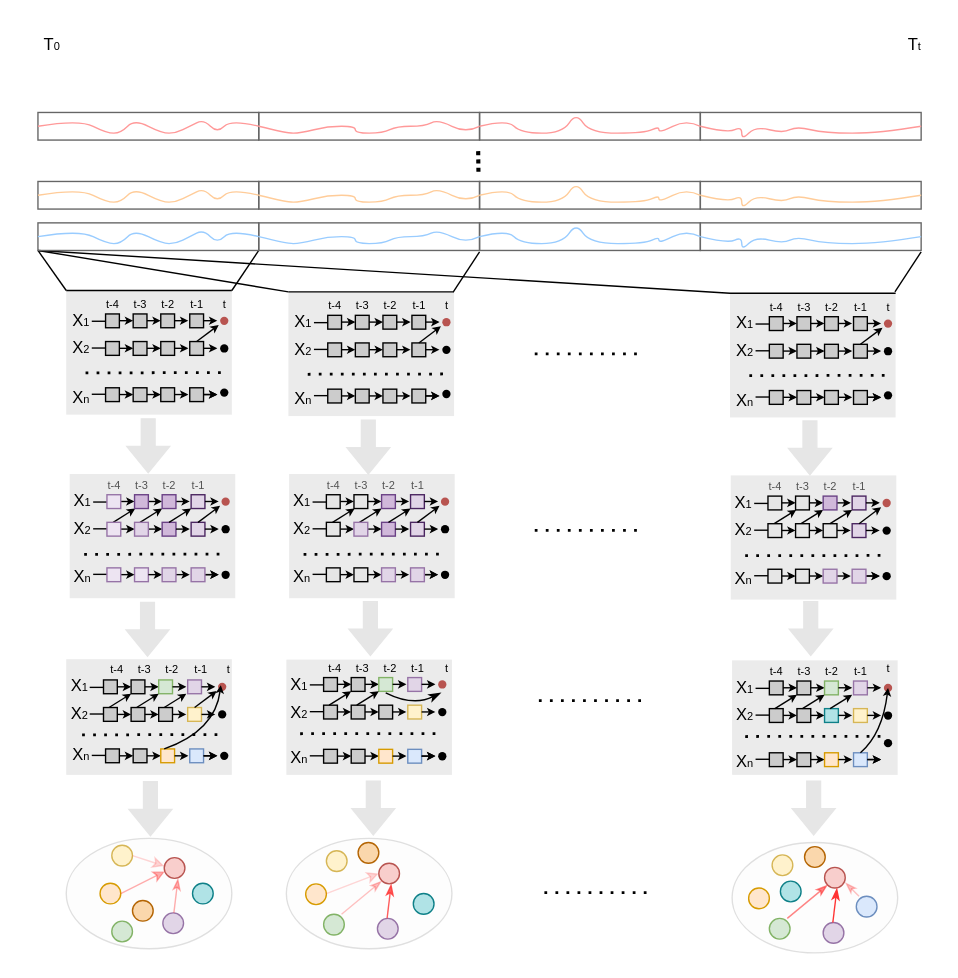
Before: Causal.drawio in hzb29/hzb29, a draw.io diagram. Source tidied: cells renumbered, new cells numbered last; positions are measured from the earlier drawing's top-left corner, leaving out a move shared by most shapes. Both pictures are drawn from the tidied source at 138%, with x=0, y=0 at pixel (23, 23).
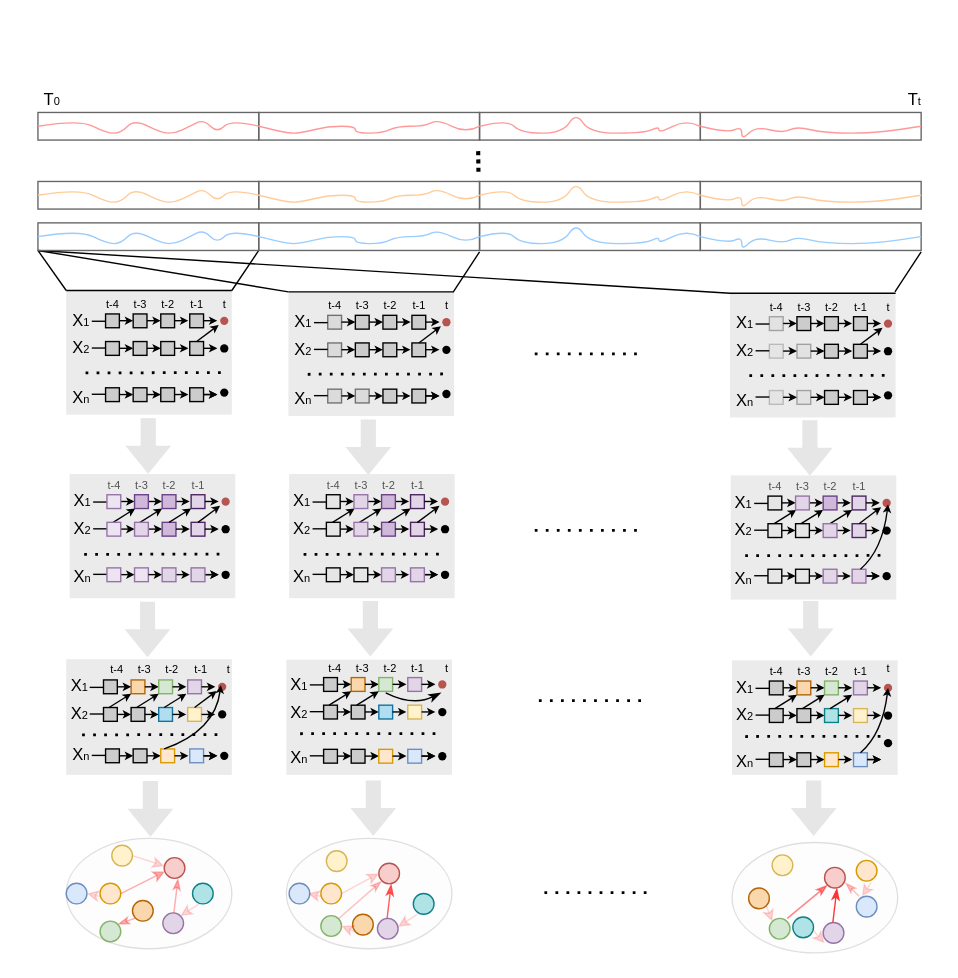
After the change.

Unchanged cells that the change refers to:
```xml
<mxCell id="133" style="group;" parent="1" vertex="1">
  <mxGeometry x="190" y="590" width="120" height="80" as="geometry" />
</mxCell>
<mxCell id="137" style="ellipse;whiteSpace=wrap;html=1;fillColor=#f8cecc;strokeColor=#b85450;" parent="133" vertex="1">
  <mxGeometry x="67" y="18" width="15" height="15" as="geometry" />
</mxCell>
<mxCell id="145" style="group;" parent="1" vertex="1">
  <mxGeometry x="513" y="593" width="120" height="80" as="geometry" />
</mxCell>
<mxCell id="148" style="ellipse;whiteSpace=wrap;html=1;fillColor=#d5e8d4;strokeColor=#82b366;" parent="145" vertex="1">
  <mxGeometry x="27" y="55" width="15" height="15" as="geometry" />
</mxCell>
<mxCell id="206" style="group;" parent="1" vertex="1">
  <mxGeometry x="30.5" y="590" width="120" height="80" as="geometry" />
</mxCell>
<mxCell id="211" style="ellipse;whiteSpace=wrap;html=1;fillColor=#e1d5e7;strokeColor=#9673a6;" parent="206" vertex="1">
  <mxGeometry x="70" y="54" width="15" height="15" as="geometry" />
</mxCell>
<mxCell id="216" style="ellipse;whiteSpace=wrap;html=1;fillColor=#fad7ac;strokeColor=#b46504;" parent="206" vertex="1">
  <mxGeometry x="48" y="45" width="15" height="15" as="geometry" />
</mxCell>
<mxCell id="265" style="group;" parent="1" vertex="1">
  <mxGeometry x="182" y="188" width="139" height="98.5" as="geometry" />
</mxCell>
<mxCell id="311" style="group;" parent="1" vertex="1">
  <mxGeometry x="502" y="189" width="139" height="98.5" as="geometry" />
</mxCell>
<mxCell id="363" style="group;" parent="358" vertex="1">
  <mxGeometry y="8" width="134" height="90" as="geometry" />
</mxCell>
<mxCell id="423" style="group;" parent="418" vertex="1">
  <mxGeometry y="8" width="134" height="90" as="geometry" />
</mxCell>
```

Change to the diagram source:
```diff
@@
-    <mxCell id="4" style="rounded=0;whiteSpace=wrap;html=1;fillColor=#CCCCCC;" parent="1" vertex="1">
+    <mxCell id="4" style="rounded=0;whiteSpace=wrap;html=1;fillColor=#fad7ac;strokeColor=#b46504;" parent="1" vertex="1">
       <mxGeometry x="77.5" y="475.2" width="10" height="10" as="geometry" />
     </mxCell>
@@
     <mxCell id="24" value="T&lt;font style=&quot;font-size: 8px;&quot;&gt;0&lt;/font&gt;" style="text;html=1;align=center;verticalAlign=middle;strokeColor=none;fillColor=none;" parent="1" vertex="1">
-      <mxGeometry width="40" height="30" as="geometry" />
+      <mxGeometry y="40" width="40" height="30" as="geometry" />
     </mxCell>
     <mxCell id="25" value="T&lt;font style=&quot;font-size: 8px;&quot;&gt;t&lt;/font&gt;" style="text;html=1;align=center;verticalAlign=middle;strokeColor=none;fillColor=none;" parent="1" vertex="1">
-      <mxGeometry x="630" width="30" height="30" as="geometry" />
+      <mxGeometry x="630" y="40" width="30" height="30" as="geometry" />
     </mxCell>
@@
-    <mxCell id="27" style="rounded=0;whiteSpace=wrap;html=1;fillColor=#CCCCCC;" parent="1" vertex="1">
+    <mxCell id="27" style="rounded=0;whiteSpace=wrap;html=1;fillColor=#b1ddf0;strokeColor=#10739e;" parent="1" vertex="1">
       <mxGeometry x="97.5" y="495.2" width="10" height="10" as="geometry" />
     </mxCell>
@@
-    <mxCell id="50" style="rounded=0;whiteSpace=wrap;html=1;fillColor=#CCCCCC;" parent="1" vertex="1">
+    <mxCell id="50" style="rounded=0;whiteSpace=wrap;html=1;fillColor=#fad7ac;strokeColor=#b46504;" parent="1" vertex="1">
       <mxGeometry x="237" y="473.5" width="10" height="10" as="geometry" />
     </mxCell>
@@
-    <mxCell id="70" style="rounded=0;whiteSpace=wrap;html=1;fillColor=#CCCCCC;" parent="1" vertex="1">
+    <mxCell id="70" style="rounded=0;whiteSpace=wrap;html=1;fillColor=#b1ddf0;strokeColor=#10739e;" parent="1" vertex="1">
       <mxGeometry x="257" y="493.5" width="10" height="10" as="geometry" />
     </mxCell>
@@
-    <mxCell id="91" style="rounded=0;whiteSpace=wrap;html=1;fillColor=#CCCCCC;" parent="1" vertex="1">
+    <mxCell id="91" style="rounded=0;whiteSpace=wrap;html=1;fillColor=#fad7ac;strokeColor=#b46504;" parent="1" vertex="1">
       <mxGeometry x="560" y="476" width="10" height="10" as="geometry" />
     </mxCell>
@@
     <mxCell id="136" style="ellipse;whiteSpace=wrap;html=1;fillColor=#d5e8d4;strokeColor=#82b366;" parent="133" vertex="1">
-      <mxGeometry x="27" y="55" width="15" height="15" as="geometry" />
+      <mxGeometry x="25" y="56" width="15" height="15" as="geometry" />
     </mxCell>
@@
-    <mxCell id="139" style="endArrow=classicThin;html=1;rounded=0;fillColor=#f8cecc;strokeColor=#FF3333;opacity=30;endFill=1;entryX=0;entryY=1;entryDx=0;entryDy=0;" parent="133" edge="1" target="137">
-      <mxGeometry relative="1" as="geometry">
-        <mxPoint x="40" y="55" as="sourcePoint" />
-      </mxGeometry>
+    <mxCell id="139" style="endArrow=classicThin;html=1;rounded=0;fillColor=#f8cecc;strokeColor=#FF3333;opacity=30;endFill=1;entryX=0;entryY=1;entryDx=0;entryDy=0;exitX=1;exitY=0;exitDx=0;exitDy=0;" parent="133" edge="1" source="136" target="137">
+      <mxGeometry relative="1" as="geometry" />
     </mxCell>
@@
     <mxCell id="141" style="ellipse;whiteSpace=wrap;html=1;fillColor=#ffe6cc;strokeColor=#d79b00;" parent="133" vertex="1">
-      <mxGeometry x="14" y="33" width="15" height="15" as="geometry" />
+      <mxGeometry x="25" y="32.5" width="15" height="15" as="geometry" />
     </mxCell>
-    <mxCell id="142" style="endArrow=classic;html=1;rounded=0;exitX=1;exitY=0.5;exitDx=0;exitDy=0;fillColor=#dae8fc;strokeColor=#FF3333;opacity=20;endFill=1;entryX=0;entryY=0.5;entryDx=0;entryDy=0;" parent="133" edge="1" target="137">
-      <mxGeometry relative="1" as="geometry">
-        <mxPoint x="29" y="40" as="sourcePoint" />
-      </mxGeometry>
+    <mxCell id="142" style="endArrow=classic;html=1;rounded=0;exitX=1;exitY=0.5;exitDx=0;exitDy=0;fillColor=#dae8fc;strokeColor=#FF3333;opacity=20;endFill=1;entryX=0;entryY=0.5;entryDx=0;entryDy=0;" parent="133" edge="1" source="141" target="137">
+      <mxGeometry relative="1" as="geometry" />
     </mxCell>
     <mxCell id="143" style="ellipse;whiteSpace=wrap;html=1;fillColor=#fad7ac;strokeColor=#b46504;" parent="133" vertex="1">
-      <mxGeometry x="52" y="3" width="15" height="15" as="geometry" />
+      <mxGeometry x="48" y="55" width="15" height="15" as="geometry" />
     </mxCell>
@@
+    <mxCell id="493" style="ellipse;whiteSpace=wrap;html=1;fillColor=#dae8fc;strokeColor=#6c8ebf;" parent="133" vertex="1">
+      <mxGeometry x="2" y="32.5" width="15" height="15" as="geometry" />
+    </mxCell>
+    <mxCell id="494" style="endArrow=classic;html=1;rounded=0;exitX=1;exitY=0.5;exitDx=0;exitDy=0;fillColor=#dae8fc;strokeColor=#FF3333;opacity=20;endFill=1;entryX=1;entryY=0.5;entryDx=0;entryDy=0;" parent="133" edge="1">
+      <mxGeometry relative="1" as="geometry">
+        <mxPoint x="25" y="42" as="sourcePoint" />
+        <mxPoint x="15.5" y="40" as="targetPoint" />
+      </mxGeometry>
+    </mxCell>
+    <mxCell id="495" style="endArrow=classic;html=1;rounded=0;exitX=0;exitY=1;exitDx=0;exitDy=0;fillColor=#dae8fc;strokeColor=#FF3333;opacity=20;endFill=1;entryX=1;entryY=0.5;entryDx=0;entryDy=0;" parent="133" edge="1" source="143" target="136">
+      <mxGeometry relative="1" as="geometry" />
+    </mxCell>
+    <mxCell id="496" style="endArrow=classic;html=1;rounded=0;exitX=1;exitY=0.5;exitDx=0;exitDy=0;fillColor=#dae8fc;strokeColor=#FF3333;opacity=20;endFill=1;entryX=1;entryY=0;entryDx=0;entryDy=0;" parent="133" edge="1">
+      <mxGeometry relative="1" as="geometry">
+        <mxPoint x="95" y="55" as="sourcePoint" />
+        <mxPoint x="81" y="64" as="targetPoint" />
+      </mxGeometry>
+    </mxCell>
@@
     <mxCell id="155" style="ellipse;whiteSpace=wrap;html=1;fillColor=#ffe6cc;strokeColor=#d79b00;" parent="145" vertex="1">
-      <mxGeometry x="12" y="33" width="15" height="15" as="geometry" />
+      <mxGeometry x="90" y="13" width="15" height="15" as="geometry" />
     </mxCell>
     <mxCell id="156" style="ellipse;whiteSpace=wrap;html=1;fillColor=#b0e3e6;strokeColor=#0e8088;" parent="145" vertex="1">
-      <mxGeometry x="35" y="28" width="15" height="15" as="geometry" />
+      <mxGeometry x="44" y="54" width="15" height="15" as="geometry" />
     </mxCell>
     <mxCell id="157" style="ellipse;whiteSpace=wrap;html=1;fillColor=#fad7ac;strokeColor=#b46504;" parent="145" vertex="1">
-      <mxGeometry x="52.5" y="3" width="15" height="15" as="geometry" />
+      <mxGeometry x="12" y="33" width="15" height="15" as="geometry" />
     </mxCell>
+    <mxCell id="497" style="endArrow=classic;html=1;rounded=0;fillColor=#dae8fc;strokeColor=#FF3333;opacity=20;endFill=1;entryX=1;entryY=0.5;entryDx=0;entryDy=0;" parent="145" edge="1">
+      <mxGeometry relative="1" as="geometry">
+        <mxPoint x="100.8" y="29" as="sourcePoint" />
+        <mxPoint x="94.2" y="39" as="targetPoint" />
+      </mxGeometry>
+    </mxCell>
+    <mxCell id="498" style="endArrow=classic;html=1;rounded=0;exitX=1;exitY=1;exitDx=0;exitDy=0;fillColor=#dae8fc;strokeColor=#FF3333;opacity=20;endFill=1;entryX=0;entryY=0;entryDx=0;entryDy=0;" parent="145" edge="1" source="157" target="148">
+      <mxGeometry relative="1" as="geometry" />
+    </mxCell>
+    <mxCell id="499" style="endArrow=classic;html=1;rounded=0;fillColor=#dae8fc;strokeColor=#FF3333;opacity=20;endFill=1;entryX=1;entryY=0;entryDx=0;entryDy=0;" parent="145" edge="1">
+      <mxGeometry relative="1" as="geometry">
+        <mxPoint x="59" y="64" as="sourcePoint" />
+        <mxPoint x="67" y="73" as="targetPoint" />
+      </mxGeometry>
+    </mxCell>
@@
     <mxCell id="209" style="ellipse;whiteSpace=wrap;html=1;fillColor=#d5e8d4;strokeColor=#82b366;" parent="206" vertex="1">
-      <mxGeometry x="33" y="60" width="15" height="15" as="geometry" />
+      <mxGeometry x="24.5" y="60" width="15" height="15" as="geometry" />
     </mxCell>
@@
+    <mxCell id="500" style="endArrow=classic;html=1;rounded=0;exitX=1;exitY=0.5;exitDx=0;exitDy=0;fillColor=#dae8fc;strokeColor=#FF3333;opacity=20;endFill=1;entryX=1;entryY=0;entryDx=0;entryDy=0;" parent="206" edge="1" target="211">
+      <mxGeometry relative="1" as="geometry">
+        <mxPoint x="97" y="47" as="sourcePoint" />
+      </mxGeometry>
+    </mxCell>
+    <mxCell id="501" style="endArrow=classicThin;html=1;rounded=0;fillColor=#dae8fc;strokeColor=#FF3333;opacity=40;endFill=1;entryX=1;entryY=0;entryDx=0;entryDy=0;exitX=0;exitY=1;exitDx=0;exitDy=0;" parent="206" edge="1" source="216" target="209">
+      <mxGeometry relative="1" as="geometry" />
+    </mxCell>
+    <mxCell id="502" style="ellipse;whiteSpace=wrap;html=1;fillColor=#dae8fc;strokeColor=#6c8ebf;" parent="206" vertex="1">
+      <mxGeometry y="32.5" width="15" height="15" as="geometry" />
+    </mxCell>
+    <mxCell id="503" style="endArrow=classic;html=1;rounded=0;exitX=1;exitY=0.5;exitDx=0;exitDy=0;fillColor=#dae8fc;strokeColor=#FF3333;opacity=20;endFill=1;entryX=1;entryY=0.5;entryDx=0;entryDy=0;" parent="206" edge="1" target="502">
+      <mxGeometry relative="1" as="geometry">
+        <mxPoint x="24.5" y="42" as="sourcePoint" />
+      </mxGeometry>
+    </mxCell>
@@
-    <mxCell id="267" style="rounded=0;whiteSpace=wrap;html=1;fillColor=#CCCCCC;" parent="265" vertex="1">
+    <mxCell id="267" style="rounded=0;whiteSpace=wrap;html=1;fillColor=#CCCCCC;opacity=50;" parent="265" vertex="1">
       <mxGeometry x="38" y="23" width="10" height="10" as="geometry" />
     </mxCell>
@@
-    <mxCell id="270" style="rounded=0;whiteSpace=wrap;html=1;fillColor=#CCCCCC;" parent="265" vertex="1">
+    <mxCell id="270" style="rounded=0;whiteSpace=wrap;html=1;fillColor=#CCCCCC;opacity=50;" parent="265" vertex="1">
       <mxGeometry x="38" y="43" width="10" height="10" as="geometry" />
     </mxCell>
@@
-    <mxCell id="273" style="rounded=0;whiteSpace=wrap;html=1;fillColor=#CCCCCC;" parent="265" vertex="1">
+    <mxCell id="273" style="rounded=0;whiteSpace=wrap;html=1;fillColor=#CCCCCC;opacity=50;" parent="265" vertex="1">
       <mxGeometry x="38" y="76.5" width="10" height="10" as="geometry" />
     </mxCell>
-    <mxCell id="274" style="rounded=0;whiteSpace=wrap;html=1;fillColor=#CCCCCC;" parent="265" vertex="1">
+    <mxCell id="274" style="rounded=0;whiteSpace=wrap;html=1;fillColor=#CCCCCC;opacity=50;" parent="265" vertex="1">
       <mxGeometry x="58" y="76.5" width="10" height="10" as="geometry" />
     </mxCell>
@@
-    <mxCell id="313" style="rounded=0;whiteSpace=wrap;html=1;fillColor=#CCCCCC;" parent="311" vertex="1">
+    <mxCell id="313" style="rounded=0;whiteSpace=wrap;html=1;fillColor=#CCCCCC;opacity=30;" parent="311" vertex="1">
       <mxGeometry x="38" y="23" width="10" height="10" as="geometry" />
     </mxCell>
@@
-    <mxCell id="316" style="rounded=0;whiteSpace=wrap;html=1;fillColor=#CCCCCC;" parent="311" vertex="1">
+    <mxCell id="316" style="rounded=0;whiteSpace=wrap;html=1;fillColor=#CCCCCC;opacity=20;" parent="311" vertex="1">
       <mxGeometry x="38" y="43" width="10" height="10" as="geometry" />
     </mxCell>
-    <mxCell id="317" style="rounded=0;whiteSpace=wrap;html=1;fillColor=#CCCCCC;" parent="311" vertex="1">
+    <mxCell id="317" style="rounded=0;whiteSpace=wrap;html=1;fillColor=#CCCCCC;opacity=30;" parent="311" vertex="1">
       <mxGeometry x="58" y="43" width="10" height="10" as="geometry" />
     </mxCell>
@@
-    <mxCell id="319" style="rounded=0;whiteSpace=wrap;html=1;fillColor=#CCCCCC;" parent="311" vertex="1">
+    <mxCell id="319" style="rounded=0;whiteSpace=wrap;html=1;fillColor=#CCCCCC;opacity=20;" parent="311" vertex="1">
       <mxGeometry x="38" y="76.5" width="10" height="10" as="geometry" />
     </mxCell>
-    <mxCell id="320" style="rounded=0;whiteSpace=wrap;html=1;fillColor=#CCCCCC;" parent="311" vertex="1">
+    <mxCell id="320" style="rounded=0;whiteSpace=wrap;html=1;fillColor=#CCCCCC;opacity=30;" parent="311" vertex="1">
       <mxGeometry x="58" y="76.5" width="10" height="10" as="geometry" />
     </mxCell>
@@
-    <mxCell id="397" style="rounded=0;whiteSpace=wrap;html=1;fillColor=#E6E6E6;" parent="363" vertex="1">
-      <mxGeometry x="58" y="15" width="10" height="10" as="geometry" />
-    </mxCell>
@@
+    <mxCell id="504" style="rounded=0;whiteSpace=wrap;html=1;fillColor=light-dark(#E1D5E7,#3A2E3F);strokeColor=#9673a6;" parent="363" vertex="1">
+      <mxGeometry x="58" y="15" width="10" height="10" as="geometry" />
+    </mxCell>
@@
-    <mxCell id="440" style="rounded=0;whiteSpace=wrap;html=1;fillColor=light-dark(#E6E6E6,#3A2E3F);strokeColor=#000000;" parent="423" vertex="1">
-      <mxGeometry x="78" y="35" width="10" height="10" as="geometry" />
-    </mxCell>
@@
-    <mxCell id="457" style="rounded=0;whiteSpace=wrap;html=1;fillColor=#E6E6E6;" parent="423" vertex="1">
-      <mxGeometry x="58" y="15" width="10" height="10" as="geometry" />
-    </mxCell>
@@
+    <mxCell id="505" style="curved=1;endArrow=classic;html=1;rounded=0;endSize=3;exitX=0.5;exitY=0;exitDx=0;exitDy=0;entryX=0.403;entryY=0.829;entryDx=0;entryDy=0;entryPerimeter=0;" parent="423" edge="1">
+      <mxGeometry relative="1" as="geometry">
+        <mxPoint x="105" y="68" as="sourcePoint" />
+        <mxPoint x="125" y="21" as="targetPoint" />
+        <Array as="points">
+          <mxPoint x="121" y="54" />
+        </Array>
+      </mxGeometry>
+    </mxCell>
+    <mxCell id="506" style="rounded=0;whiteSpace=wrap;html=1;fillColor=light-dark(#E1D5E7,#3A2E3F);strokeColor=#9673a6;" parent="423" vertex="1">
+      <mxGeometry x="78" y="35" width="10" height="10" as="geometry" />
+    </mxCell>
+    <mxCell id="507" style="rounded=0;whiteSpace=wrap;html=1;fillColor=light-dark(#E1D5E7,#3A2E3F);strokeColor=#9673a6;" parent="423" vertex="1">
+      <mxGeometry x="58" y="15" width="10" height="10" as="geometry" />
+    </mxCell>
```
